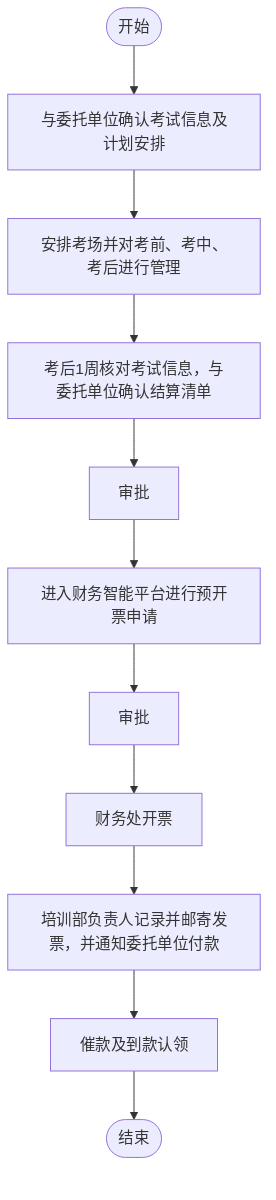
Earlier version of the Mermaid export outline2flow/flow_outputs/page_11.png (AmyIvan/work1). Its source is kept beside it as outline2flow/mmd_outputs/page_11.mmd. Source of this version:
```mermaid
flowchart TD
    Start(["开始"]) --> ConfirmInfo["与委托单位确认考试信息及计划安排"]
    ConfirmInfo --> ManageExam["安排考场并对考前、考中、考后进行管理"]
    ManageExam --> VerifySettlement["考后1周核对考试信息，与委托单位确认结算清单"]
    VerifySettlement --> Approve1["审批"]
    Approve1 --> ApplyInvoice["进入财务智能平台进行预开票申请"]
    ApplyInvoice --> Approve2["审批"]
    Approve2 --> IssueInvoice["财务处开票"]
    IssueInvoice --> RecordMail["培训部负责人记录并邮寄发票，并通知委托单位付款"]
    RecordMail --> CollectPayment["催款及到款认领"]
    CollectPayment --> End(["结束"])
```
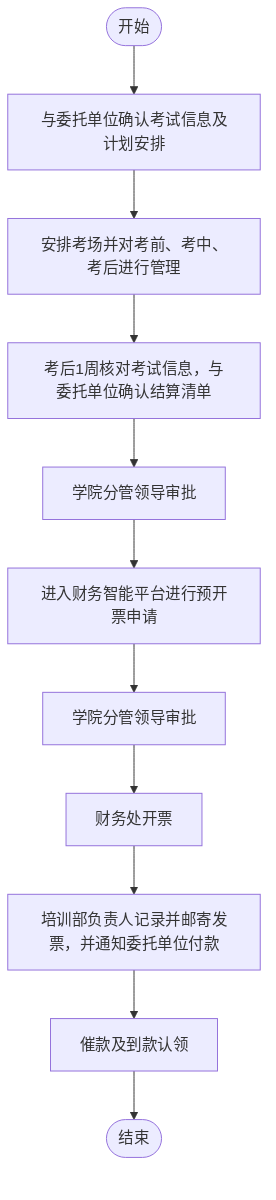
After the change.

Diff of the diagram source:
```diff
@@ -1,11 +1,11 @@
 flowchart TD
-    Start(["开始"]) --> ConfirmInfo["与委托单位确认考试信息及计划安排"]
-    ConfirmInfo --> ManageExam["安排考场并对考前、考中、考后进行管理"]
-    ManageExam --> VerifySettlement["考后1周核对考试信息，与委托单位确认结算清单"]
-    VerifySettlement --> Approve1["审批"]
-    Approve1 --> ApplyInvoice["进入财务智能平台进行预开票申请"]
-    ApplyInvoice --> Approve2["审批"]
-    Approve2 --> IssueInvoice["财务处开票"]
-    IssueInvoice --> RecordMail["培训部负责人记录并邮寄发票，并通知委托单位付款"]
-    RecordMail --> CollectPayment["催款及到款认领"]
-    CollectPayment --> End(["结束"])
+    Start(["开始"]) --> A[与委托单位确认考试信息及计划安排]
+    A --> B[安排考场并对考前、考中、考后进行管理]
+    B --> C[考后1周核对考试信息，与委托单位确认结算清单]
+    C --> D[学院分管领导审批]
+    D --> E[进入财务智能平台进行预开票申请]
+    E --> F[学院分管领导审批]
+    F --> G[财务处开票]
+    G --> H[培训部负责人记录并邮寄发票，并通知委托单位付款]
+    H --> I[催款及到款认领]
+    I --> End(["结束"])
```
